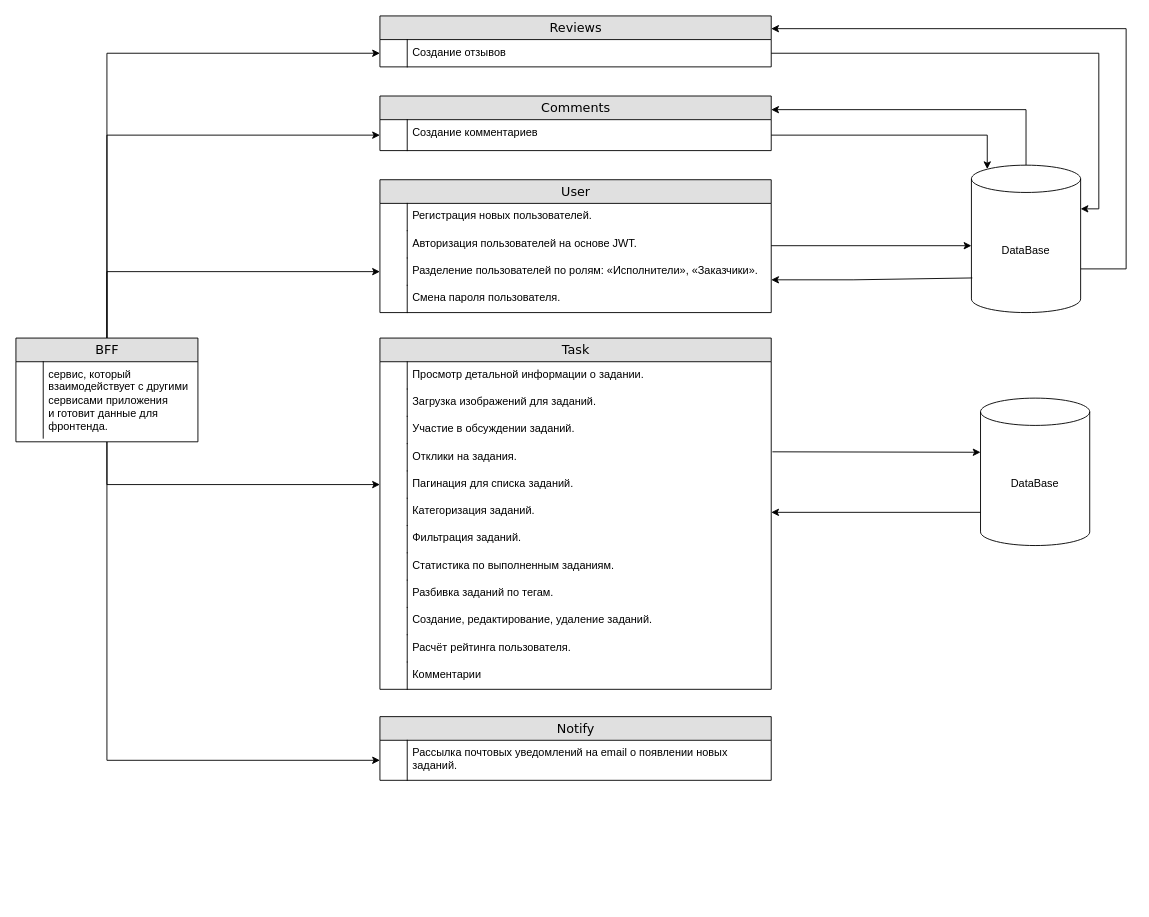
Above: specification.drawio in htmlacademy-nestjs/116316-taskforce-2 (draw.io), before the change. Source tidied: cells renumbered, new cells numbered last; positions are measured from the earlier drawing's top-left corner, leaving out a move shared by most shapes. Both pictures are drawn from the tidied source at 91%, with x=0, y=0 at pixel (15, 15).
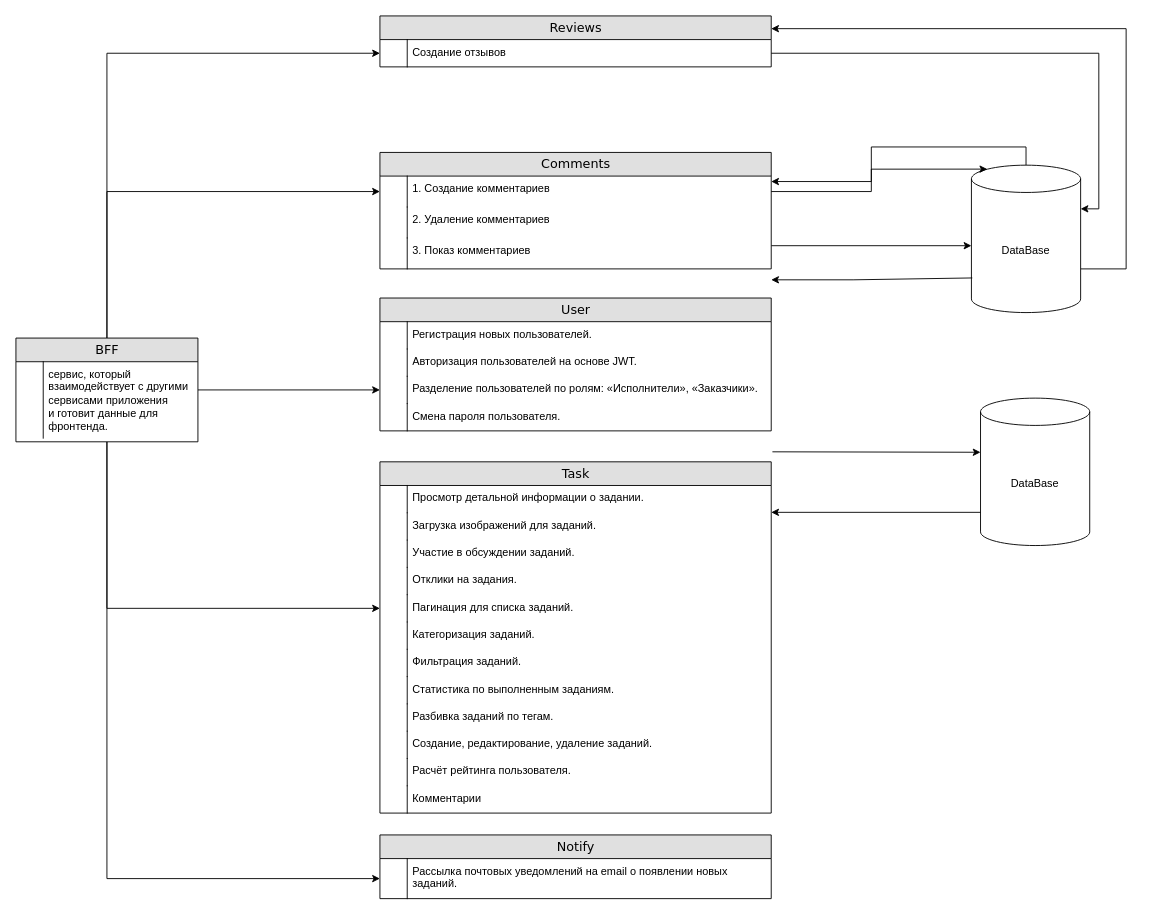
The same diagram, later.

The edit, as a diff of the source:
```diff
@@
     <mxCell id="2" value="User" style="swimlane;html=1;fontStyle=0;horizontal=1;startSize=26;fillColor=#e0e0e0;swimlaneFillColor=#ffffff;align=center;rounded=0;shadow=0;comic=0;labelBackgroundColor=none;strokeWidth=1;fontFamily=Verdana;fontSize=14;" parent="1" vertex="1">
-      <mxGeometry x="400" y="180" width="430" height="146" as="geometry" />
+      <mxGeometry x="400" y="310" width="430" height="146" as="geometry" />
     </mxCell>
@@
     <mxCell id="11" value="Notify" style="swimlane;html=1;fontStyle=0;horizontal=1;startSize=26;fillColor=#e0e0e0;swimlaneFillColor=#ffffff;align=center;rounded=0;shadow=0;comic=0;labelBackgroundColor=none;strokeWidth=1;fontFamily=Verdana;fontSize=14;" parent="1" vertex="1">
-      <mxGeometry x="400" y="770" width="430" height="70" as="geometry" />
+      <mxGeometry x="400" y="900" width="430" height="70" as="geometry" />
     </mxCell>
@@
     <mxCell id="14" value="Task" style="swimlane;html=1;fontStyle=0;horizontal=1;startSize=26;fillColor=#e0e0e0;swimlaneFillColor=#ffffff;align=center;rounded=0;shadow=0;comic=0;labelBackgroundColor=none;strokeWidth=1;fontFamily=Verdana;fontSize=14;" parent="1" vertex="1">
-      <mxGeometry x="400" y="354" width="430" height="386" as="geometry" />
+      <mxGeometry x="400" y="490" width="430" height="386" as="geometry" />
     </mxCell>
@@
     <mxCell id="58" value="Comments" style="swimlane;html=1;fontStyle=0;horizontal=1;startSize=26;fillColor=#e0e0e0;swimlaneFillColor=#ffffff;align=center;rounded=0;shadow=0;comic=0;labelBackgroundColor=none;strokeWidth=1;fontFamily=Verdana;fontSize=14;" parent="1" vertex="1">
-      <mxGeometry x="400" y="88" width="430" height="60" as="geometry" />
+      <mxGeometry x="400" y="150" width="430" height="128" as="geometry" />
     </mxCell>
-    <mxCell id="59" value="Создание комментариев" style="shape=partialRectangle;top=0;left=0;right=0;bottom=0;html=1;align=left;verticalAlign=top;fillColor=none;spacingLeft=34;spacingRight=4;whiteSpace=wrap;overflow=hidden;points=[[0,0.5],[1,0.5]];portConstraint=eastwest;" parent="58" vertex="1">
+    <mxCell id="59" value="1. Создание комментариев" style="shape=partialRectangle;top=0;left=0;right=0;bottom=0;html=1;align=left;verticalAlign=top;fillColor=none;spacingLeft=34;spacingRight=4;whiteSpace=wrap;overflow=hidden;points=[[0,0.5],[1,0.5]];portConstraint=eastwest;" parent="58" vertex="1">
       <mxGeometry y="26" width="430" height="34" as="geometry" />
     </mxCell>
@@
+    <mxCell id="63" value="2. Удаление комментариев" style="shape=partialRectangle;top=0;left=0;right=0;bottom=0;html=1;align=left;verticalAlign=top;fillColor=none;spacingLeft=34;spacingRight=4;whiteSpace=wrap;overflow=hidden;" parent="58" vertex="1">
+      <mxGeometry y="60" width="430" height="34" as="geometry" />
+    </mxCell>
+    <mxCell id="64" style="shape=partialRectangle;top=0;left=0;bottom=0;html=1;fillColor=none;align=left;verticalAlign=top;spacingLeft=4;spacingRight=4;whiteSpace=wrap;overflow=hidden;" parent="63" vertex="1">
+      <mxGeometry width="30" height="34" as="geometry" />
+    </mxCell>
+    <mxCell id="65" value="3. Показ комментариев" style="shape=partialRectangle;top=0;left=0;right=0;bottom=0;html=1;align=left;verticalAlign=top;fillColor=none;spacingLeft=34;spacingRight=4;whiteSpace=wrap;overflow=hidden;" parent="58" vertex="1">
+      <mxGeometry y="94" width="430" height="34" as="geometry" />
+    </mxCell>
+    <mxCell id="66" style="shape=partialRectangle;top=0;left=0;bottom=0;html=1;fillColor=none;align=left;verticalAlign=top;spacingLeft=4;spacingRight=4;whiteSpace=wrap;overflow=hidden;" parent="65" vertex="1">
+      <mxGeometry width="30" height="34" as="geometry" />
+    </mxCell>
```
